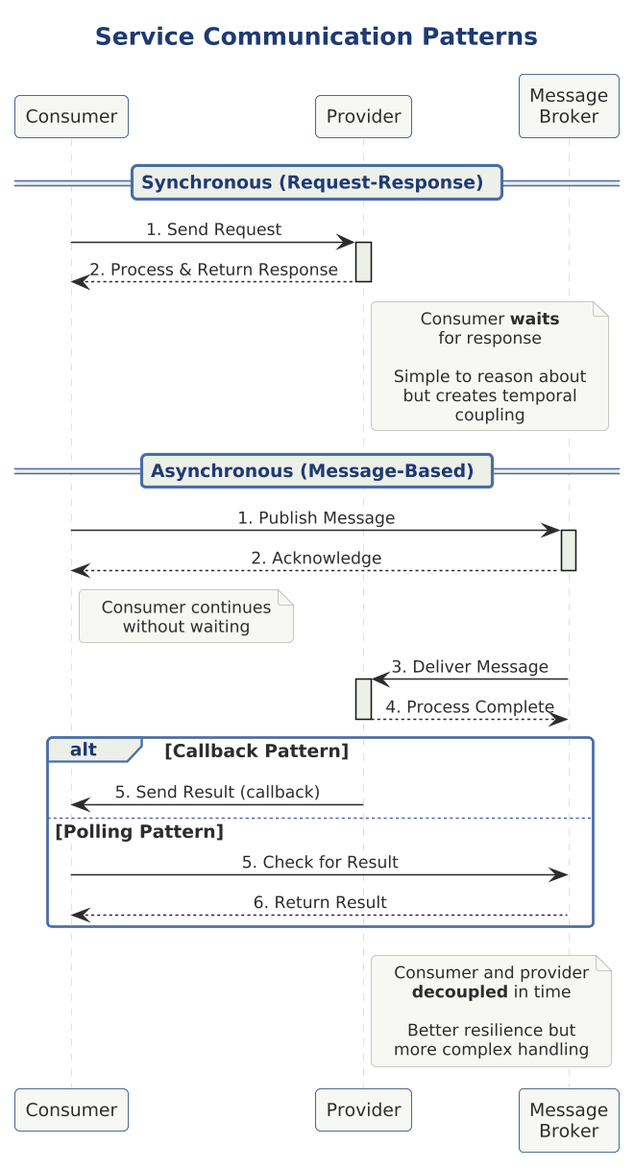
Earlier version of the PlantUML export src/architecture/views-and-beyond/style-catalogs/component-and-connector/service-oriented-architecture-style/png/service-communication-patterns.png (Notoriousjayy/latex-docs). Its diagram source:
```plantuml
@startuml service-communication-patterns

skinparam dpi 150



!include ../../../../../../tooling/styles/plantuml/interaction/sequence-diagram-style.iuml

!define PRIMARY $line_dynamic
!define SECONDARY $line_caution

skinparam sequenceMessageAlign center

title Service Communication Patterns

participant "Consumer" as consumer
participant "Provider" as provider
participant "Message\nBroker" as broker

== Synchronous (Request-Response) ==

consumer -> provider : 1. Send Request
activate provider
provider --> consumer : 2. Process & Return Response
deactivate provider

note right of provider
  Consumer **waits**
  for response

  Simple to reason about
  but creates temporal
  coupling
end note

== Asynchronous (Message-Based) ==

consumer -> broker : 1. Publish Message
activate broker
broker --> consumer : 2. Acknowledge
deactivate broker
note right of consumer : Consumer continues\nwithout waiting

broker -> provider : 3. Deliver Message
activate provider
provider --> broker : 4. Process Complete
deactivate provider

alt Callback Pattern
    provider -> consumer : 5. Send Result (callback)
else Polling Pattern
    consumer -> broker : 5. Check for Result
    broker --> consumer : 6. Return Result
end

note right of provider
  Consumer and provider
  **decoupled** in time

  Better resilience but
  more complex handling
end note

@enduml
```
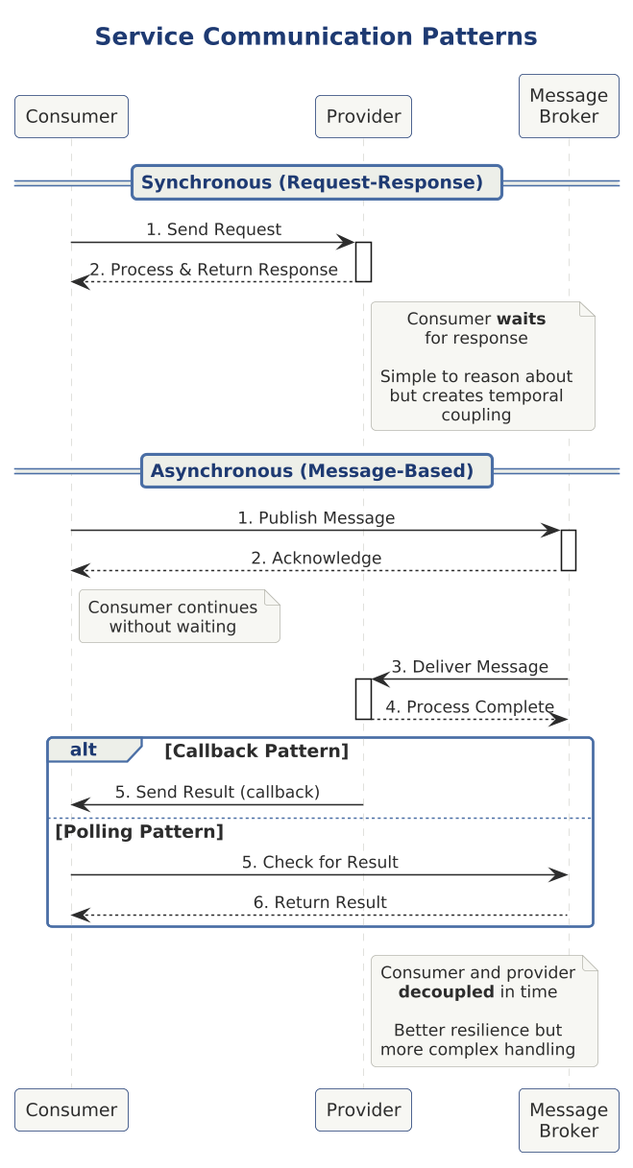
After the change.

Diff of the diagram source:
```diff
@@ -1,6 +1,6 @@
 @startuml service-communication-patterns
 
-skinparam dpi 150
+scale 1.5625
 
 
 
@@ -9,7 +9,7 @@
 !define PRIMARY $line_dynamic
 !define SECONDARY $line_caution
 
-skinparam sequenceMessageAlign center
+INTER_MESSAGE_ALIGN(center)
 
 title Service Communication Patterns
 
```
